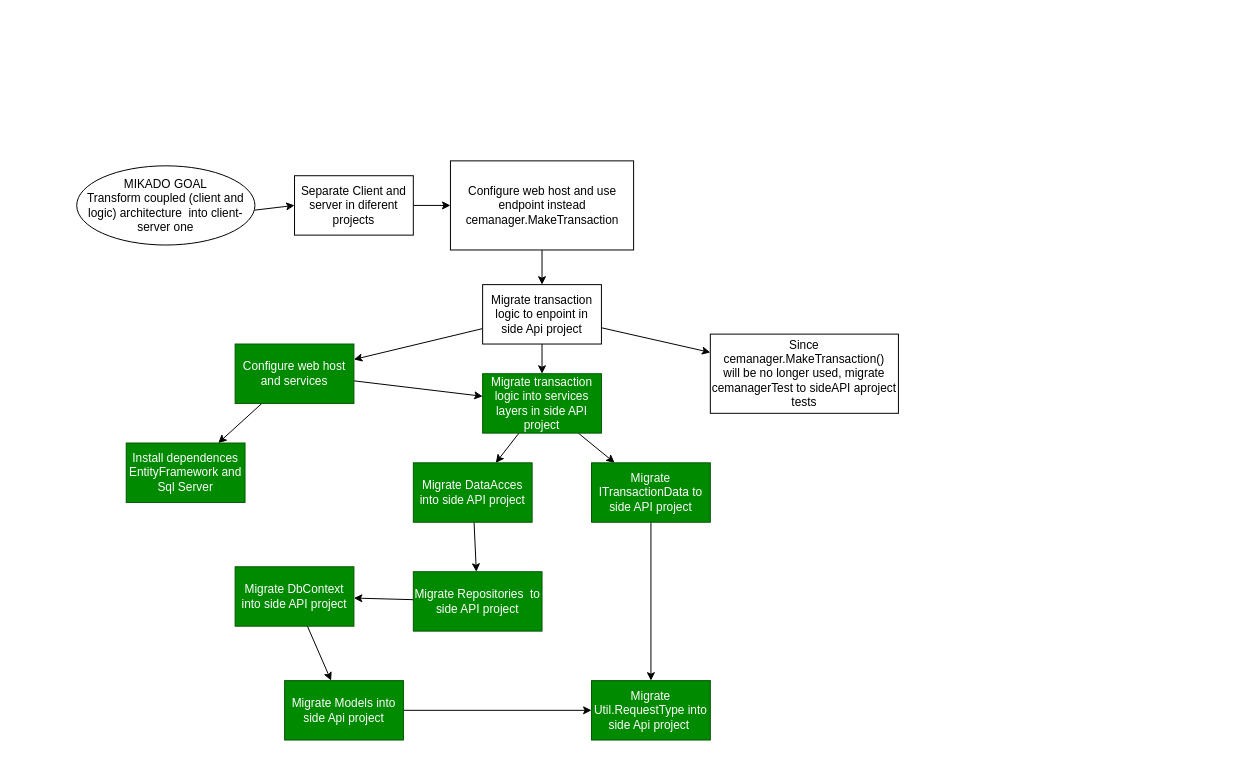
Before: Docs/Diagrams/refactor_to_client-server(MikadoGraph).drawio in Camilo716/Customized-Expense-Manager, a draw.io diagram. Source tidied: cells renumbered, new cells numbered last; positions are measured from the earlier drawing's top-left corner, leaving out a move shared by most shapes. Both pictures are drawn from the tidied source at 99%, with x=0, y=0 at pixel (76, 160).
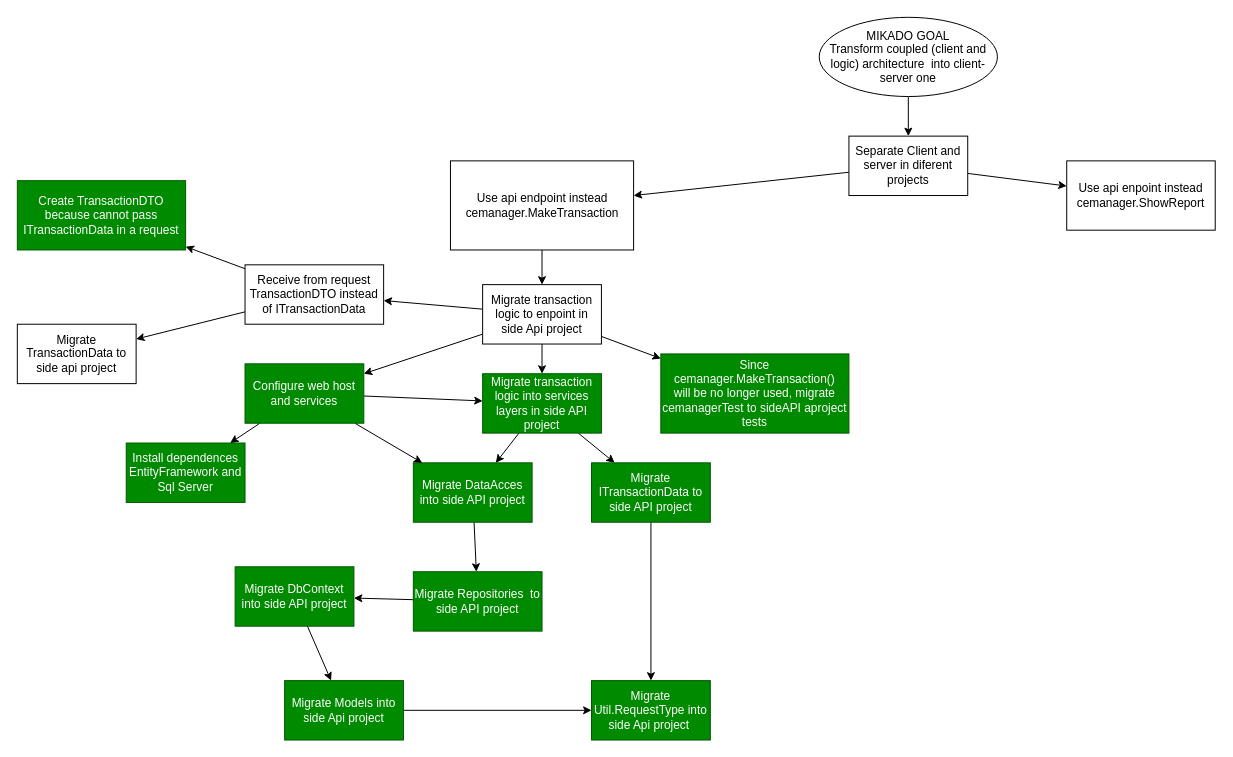
After the change.

Commit message (it also covers changes not shown here):
Migrate TransactionData to API project

The change refers to these unchanged cells:
```xml
<mxCell id="9" value="Migrate transaction logic to enpoint in side Api project" style="whiteSpace=wrap;html=1;" parent="1" vertex="1">
  <mxGeometry x="410" y="125" width="120" height="60" as="geometry" />
</mxCell>
<mxCell id="16" value="Migrate DataAcces into side API project" style="whiteSpace=wrap;html=1;fillColor=#008a00;fontColor=#ffffff;strokeColor=#005700;" parent="1" vertex="1">
  <mxGeometry x="340" y="305" width="120" height="60" as="geometry" />
</mxCell>
```

The edit, as a diff of the source:
```diff
@@
     <mxCell id="3" value="MIKADO GOAL&lt;br&gt;Transform coupled (client and logic) architecture&amp;nbsp; into client-server one" style="ellipse;whiteSpace=wrap;html=1;" parent="1" vertex="1">
-      <mxGeometry y="5" width="180" height="80" as="geometry" />
+      <mxGeometry x="750" y="-145" width="180" height="80" as="geometry" />
     </mxCell>
@@
-    <mxCell id="5" value="Configure web host and&amp;nbsp;use endpoint instead cemanager.MakeTransaction" style="whiteSpace=wrap;html=1;" parent="1" vertex="1">
+    <mxCell id="5" value="Use api endpoint instead cemanager.MakeTransaction" style="whiteSpace=wrap;html=1;" parent="1" vertex="1">
       <mxGeometry x="377.5" width="185" height="90" as="geometry" />
     </mxCell>
@@
+    <mxCell id="31" style="edgeStyle=none;html=1;" parent="1" edge="1" source="9" target="38">
+      <mxGeometry relative="1" as="geometry" />
+    </mxCell>
@@
+    <mxCell id="32" style="edgeStyle=none;html=1;" parent="1" edge="1" source="14" target="34">
+      <mxGeometry relative="1" as="geometry" />
+    </mxCell>
     <mxCell id="14" value="Separate Client and server in diferent projects" style="whiteSpace=wrap;html=1;" parent="1" vertex="1">
-      <mxGeometry x="220" y="15" width="120" height="60" as="geometry" />
+      <mxGeometry x="780" y="-25" width="120" height="60" as="geometry" />
     </mxCell>
@@
+    <mxCell id="33" style="edgeStyle=none;html=1;" parent="1" edge="1" source="28" target="16">
+      <mxGeometry relative="1" as="geometry" />
+    </mxCell>
     <mxCell id="28" value="Configure web host and services" style="whiteSpace=wrap;html=1;fillColor=#008a00;fontColor=#ffffff;strokeColor=#005700;" parent="1" vertex="1">
-      <mxGeometry x="160" y="185" width="120" height="60" as="geometry" />
+      <mxGeometry x="170" y="205" width="120" height="60" as="geometry" />
     </mxCell>
@@
-    <mxCell id="30" value="Since cemanager.MakeTransaction()&lt;br&gt;will be no longer used, migrate cemanagerTest to sideAPI aproject tests" style="whiteSpace=wrap;html=1;" parent="1" vertex="1">
-      <mxGeometry x="640" y="175" width="190" height="80" as="geometry" />
+    <mxCell id="30" value="Since cemanager.MakeTransaction()&lt;br&gt;will be no longer used, migrate cemanagerTest to sideAPI aproject tests" style="whiteSpace=wrap;html=1;fillColor=#008a00;fontColor=#ffffff;strokeColor=#005700;" parent="1" vertex="1">
+      <mxGeometry x="590" y="195" width="190" height="80" as="geometry" />
     </mxCell>
+    <mxCell id="34" value="Use api enpoint instead cemanager.ShowReport" style="whiteSpace=wrap;html=1;" parent="1" vertex="1">
+      <mxGeometry x="1000" width="150" height="70" as="geometry" />
+    </mxCell>
+    <mxCell id="35" value="Create TransactionDTO because cannot pass ITransactionData in a request" style="whiteSpace=wrap;html=1;fillColor=#008a00;fontColor=#ffffff;strokeColor=#005700;" parent="1" vertex="1">
+      <mxGeometry x="-60" y="20" width="170" height="70" as="geometry" />
+    </mxCell>
+    <mxCell id="36" style="edgeStyle=none;html=1;" parent="1" edge="1" source="38" target="35">
+      <mxGeometry relative="1" as="geometry" />
+    </mxCell>
+    <mxCell id="37" style="edgeStyle=none;html=1;" parent="1" edge="1" source="38" target="39">
+      <mxGeometry relative="1" as="geometry" />
+    </mxCell>
+    <mxCell id="38" value="Receive from request TransactionDTO instead of ITransactionData" style="whiteSpace=wrap;html=1;" parent="1" vertex="1">
+      <mxGeometry x="170" y="105" width="140" height="60" as="geometry" />
+    </mxCell>
+    <mxCell id="39" value="Migrate TransactionData to side api project" style="whiteSpace=wrap;html=1;" parent="1" vertex="1">
+      <mxGeometry x="-60" y="165" width="120" height="60" as="geometry" />
+    </mxCell>
```
